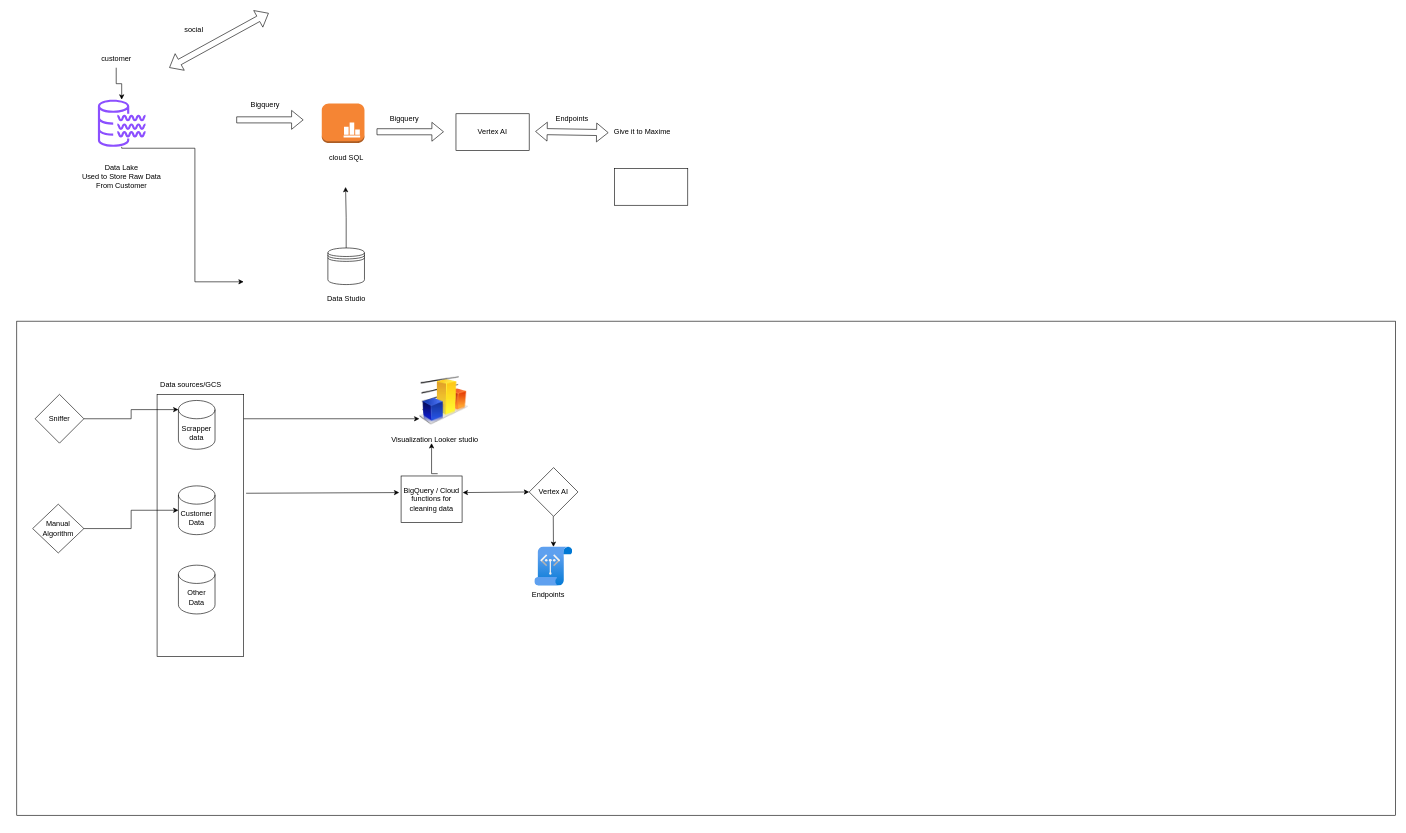
Earlier version of the draw.io diagram OmnithinkML.drawio (madhuammulu8/draw.io). Source tidied: cells renumbered, new cells numbered last; positions are measured from the earlier drawing's top-left corner, leaving out a move shared by most shapes. Both pictures are drawn from the tidied source at 61%, with x=0, y=0 at pixel (16, 13).
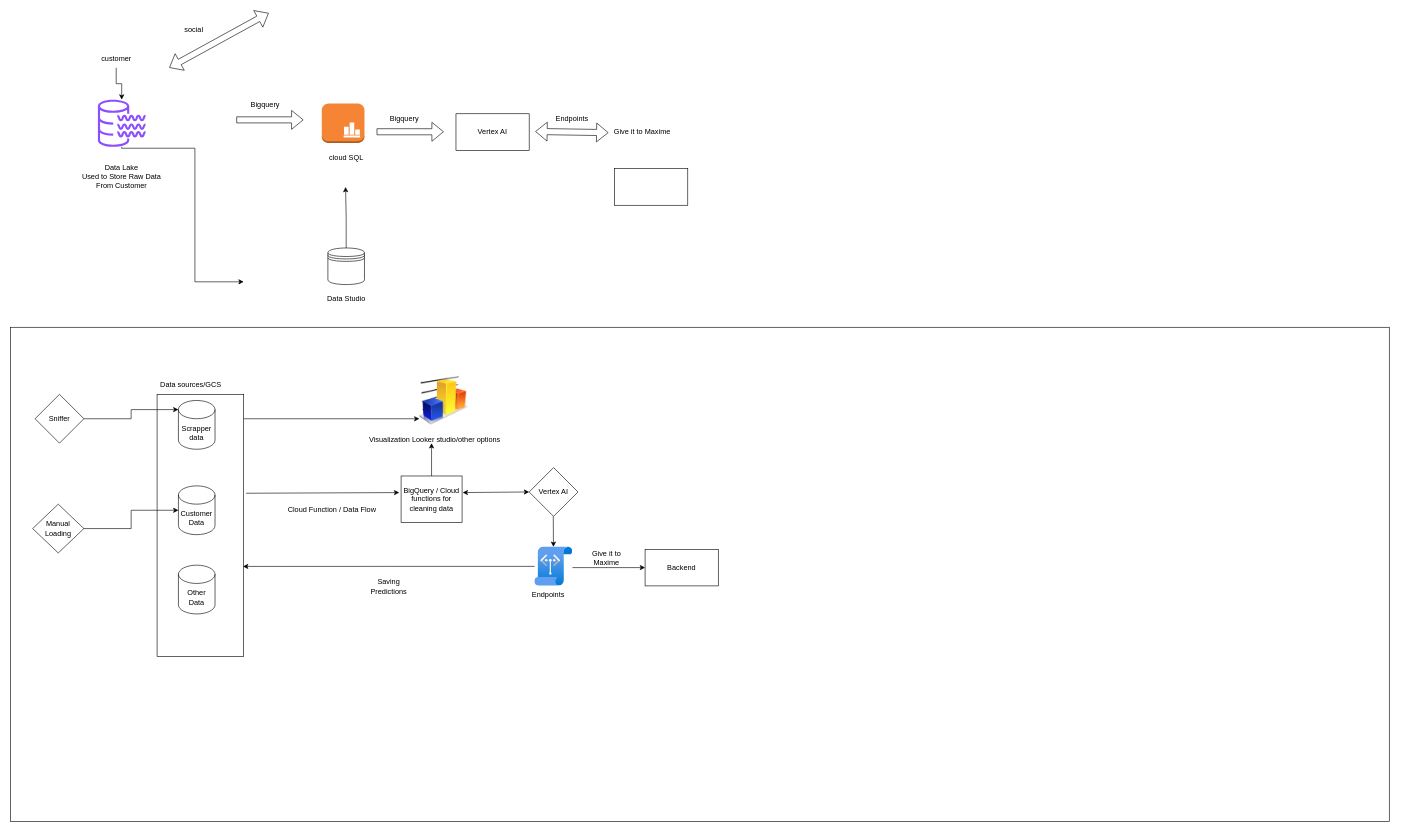
The same page after the edit.

The change refers to these unchanged cells:
```xml
<mxCell id="3" style="rounded=0;whiteSpace=wrap;html=1;" parent="1" vertex="1">
  <mxGeometry x="230" y="625" width="142" height="430" as="geometry" />
</mxCell>
<mxCell id="30" value="BigQuery / Cloud functions for cleaning data" style="rounded=0;whiteSpace=wrap;html=1;" parent="1" vertex="1">
  <mxGeometry x="630" y="758.8" width="100" height="76.2" as="geometry" />
</mxCell>
<mxCell id="34" style="image;html=1;points=[];align=center;fontSize=12;image=img/lib/azure2/networking/Service_Endpoint_Policies.svg;" parent="1" vertex="1">
  <mxGeometry x="849" y="875" width="62" height="64" as="geometry" />
</mxCell>
```

Change to the diagram source:
```diff
@@
     <mxCell id="2" style="rounded=0;whiteSpace=wrap;html=1;" parent="1" vertex="1">
-      <mxGeometry y="505" width="2260" height="810" as="geometry" />
+      <mxGeometry x="-10" y="515" width="2260" height="810" as="geometry" />
     </mxCell>
@@
+    <mxCell id="44" style="edgeStyle=orthogonalEdgeStyle;rounded=0;jettySize=auto;html=1;entryX=0;entryY=0.5;entryDx=0;entryDy=0;" parent="1" edge="1" source="34" target="48">
+      <mxGeometry relative="1" as="geometry">
+        <Array as="points">
+          <mxPoint x="940" y="909" />
+          <mxPoint x="940" y="909" />
+        </Array>
+      </mxGeometry>
+    </mxCell>
@@
-    <mxCell id="37" style="edgeStyle=orthogonalEdgeStyle;rounded=0;orthogonalLoop=1;jettySize=auto;html=1;" parent="1" edge="1">
-      <mxGeometry relative="1" as="geometry">
-        <mxPoint x="690" y="755" as="sourcePoint" />
-        <mxPoint x="680" y="705" as="targetPoint" />
-        <Array as="points">
-          <mxPoint x="680" y="755" />
-        </Array>
-      </mxGeometry>
-    </mxCell>
-    <mxCell id="38" value="Visualization Looker studio" style="text;html=1;align=center;verticalAlign=middle;points=[];strokeColor=none;fillColor=none;" parent="1" vertex="1">
-      <mxGeometry x="600" y="685" width="170" height="30" as="geometry" />
+    <mxCell id="38" value="Visualization Looker studio/other options" style="text;html=1;align=center;verticalAlign=middle;points=[];strokeColor=none;fillColor=none;" parent="1" vertex="1">
+      <mxGeometry x="565" y="685" width="240" height="30" as="geometry" />
     </mxCell>
@@
-    <mxCell id="42" value="Manual Algorithm" style="rhombus;whiteSpace=wrap;html=1;" parent="1" vertex="1">
+    <mxCell id="42" value="Manual Loading" style="rhombus;whiteSpace=wrap;html=1;" parent="1" vertex="1">
       <mxGeometry x="26" y="805" width="84" height="80" as="geometry" />
     </mxCell>
@@
+    <mxCell id="45" value="Cloud Function / Data Flow" style="text;html=1;align=center;verticalAlign=middle;whiteSpace=wrap;rounded=0;" parent="1" vertex="1">
+      <mxGeometry x="442" y="800" width="150" height="30" as="geometry" />
+    </mxCell>
+    <mxCell id="46" value="Saving Predictions" style="text;html=1;align=center;verticalAlign=middle;whiteSpace=wrap;rounded=0;" parent="1" vertex="1">
+      <mxGeometry x="580" y="925" width="60" height="30" as="geometry" />
+    </mxCell>
+    <mxCell id="47" style="edgeStyle=orthogonalEdgeStyle;rounded=0;jettySize=auto;html=1;entryX=0.479;entryY=0.667;entryDx=0;entryDy=0;entryPerimeter=0;" parent="1" edge="1" source="30" target="38">
+      <mxGeometry relative="1" as="geometry" />
+    </mxCell>
+    <mxCell id="48" value="Backend" style="rounded=0;whiteSpace=wrap;html=1;" parent="1" vertex="1">
+      <mxGeometry x="1030" y="879" width="120" height="60" as="geometry" />
+    </mxCell>
+    <mxCell id="49" value="Give it to Maxime" style="text;html=1;align=center;verticalAlign=middle;whiteSpace=wrap;rounded=0;" parent="1" vertex="1">
+      <mxGeometry x="937" y="879" width="60" height="30" as="geometry" />
+    </mxCell>
+    <mxCell id="50" style="edgeStyle=orthogonalEdgeStyle;rounded=0;jettySize=auto;html=1;entryX=0.992;entryY=0.656;entryDx=0;entryDy=0;entryPerimeter=0;" parent="1" edge="1" source="34" target="3">
+      <mxGeometry relative="1" as="geometry" />
+    </mxCell>
```
